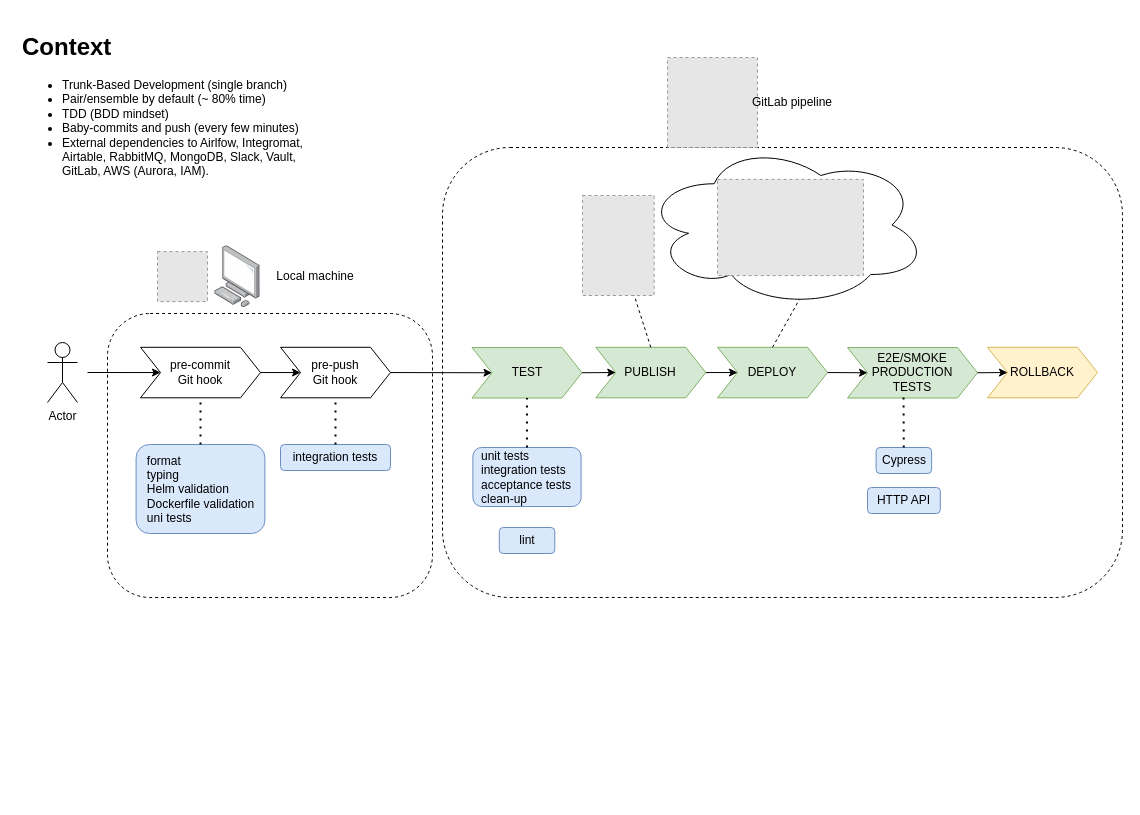
Above: page "Habitissimo" (2 of 2) of talk-master-urjc-continuous-deployment/Charla URJC Despliegue Continuo.drawio in islomar/my-notes (draw.io), before the change. Source tidied: cells renumbered, new cells numbered last; positions are measured from the earlier drawing's top-left corner, leaving out a move shared by most shapes. Both pictures are drawn from the tidied source at 100%, with x=0, y=0 at pixel (17, 27). Pictures stored in the file or linked from it are replaced by grey dashed boxes.
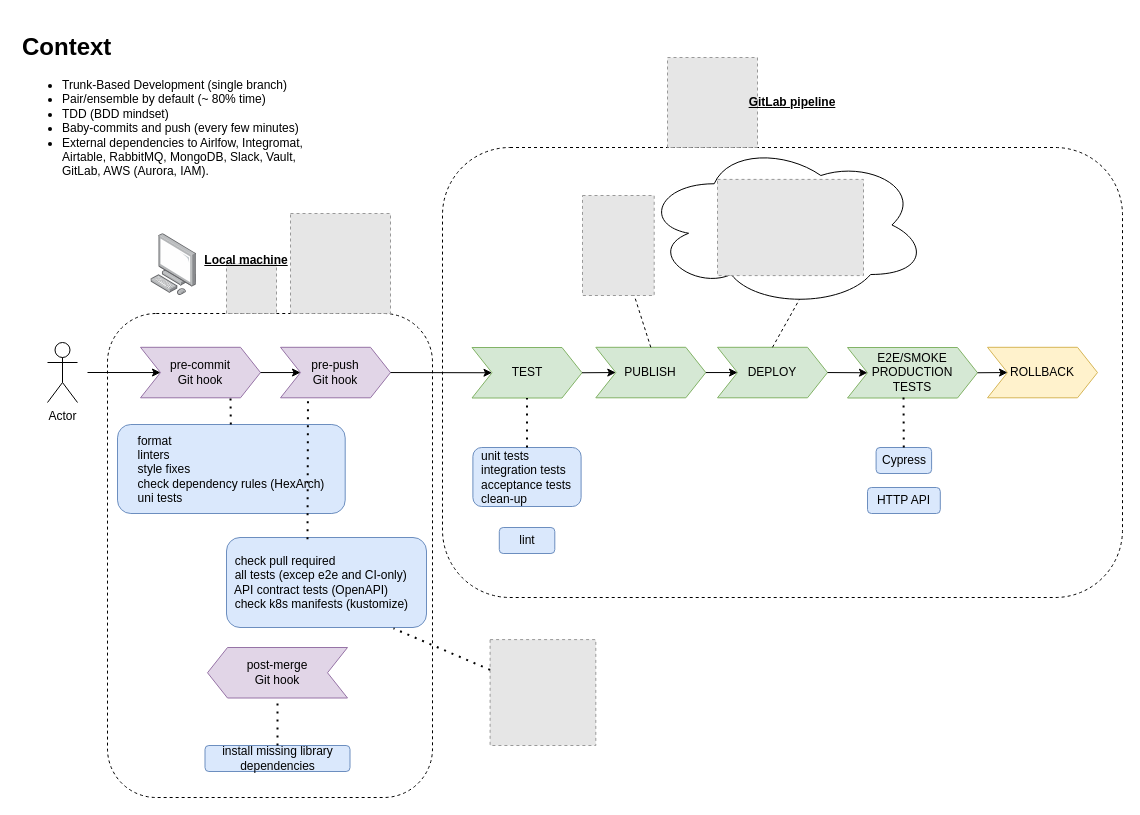
The same page after the edit.

Diff of the diagram source:
```diff
@@
+    <mxCell id="38" style="rounded=1;whiteSpace=wrap;html=1;dashed=1;fillColor=default;" parent="1" vertex="1">
+      <mxGeometry x="90" y="286" width="325" height="484" as="geometry" />
+    </mxCell>
@@
     <mxCell id="4" style="fillColor=#E6E6E6;strokeColor=#999999;dashed=1;verticalLabelPosition=bottom;labelBackgroundColor=default;verticalAlign=top;" parent="1" vertex="1">
-      <mxGeometry x="140" y="224.1" width="50" height="50" as="geometry" />
+      <mxGeometry x="209" y="236" width="50" height="50" as="geometry" />
     </mxCell>
     <mxCell id="5" style="html=1;align=center;shadow=0;dashed=0;image;image=img/lib/allied_telesis/computer_and_terminals/Personal_Computer.svg;" parent="1" vertex="1">
-      <mxGeometry x="197.2" y="218.2" width="45.6" height="61.8" as="geometry" />
+      <mxGeometry x="133.4" y="206.2" width="45.6" height="61.8" as="geometry" />
     </mxCell>
@@
-    <mxCell id="7" value="pre-commit&lt;br&gt;Git hook" style="shape=step;perimeter=stepPerimeter;whiteSpace=wrap;html=1;fixedSize=1;" parent="1" vertex="1">
+    <mxCell id="7" value="pre-commit&lt;br&gt;Git hook" style="shape=step;perimeter=stepPerimeter;whiteSpace=wrap;html=1;fixedSize=1;fillColor=#e1d5e7;strokeColor=#9673a6;" parent="1" vertex="1">
       <mxGeometry x="123" y="319.8" width="120" height="50.5" as="geometry" />
     </mxCell>
-    <mxCell id="8" value="GitLab pipeline" style="text;html=1;strokeColor=none;fillColor=none;align=center;verticalAlign=middle;whiteSpace=wrap;rounded=0;dashed=1;" parent="1" vertex="1">
+    <mxCell id="8" value="GitLab pipeline" style="text;html=1;strokeColor=none;fillColor=none;align=center;verticalAlign=middle;whiteSpace=wrap;rounded=0;dashed=1;fontStyle=5;" parent="1" vertex="1">
       <mxGeometry x="720" y="60" width="110" height="30" as="geometry" />
     </mxCell>
@@
-    <mxCell id="11" value="&lt;span style=&quot;&quot;&gt;pre-push&lt;/span&gt;&lt;br style=&quot;&quot;&gt;&lt;span style=&quot;&quot;&gt;Git hook&lt;/span&gt;" style="shape=step;perimeter=stepPerimeter;whiteSpace=wrap;html=1;fixedSize=1;" parent="1" vertex="1">
+    <mxCell id="11" value="&lt;span style=&quot;&quot;&gt;pre-push&lt;/span&gt;&lt;br style=&quot;&quot;&gt;&lt;span style=&quot;&quot;&gt;Git hook&lt;/span&gt;" style="shape=step;perimeter=stepPerimeter;whiteSpace=wrap;html=1;fixedSize=1;fillColor=#e1d5e7;strokeColor=#9673a6;" parent="1" vertex="1">
       <mxGeometry x="263" y="319.8" width="110" height="50.5" as="geometry" />
     </mxCell>
@@
-    <mxCell id="30" value="&lt;div style=&quot;text-align: left;&quot;&gt;&lt;span style=&quot;background-color: initial;&quot;&gt;format&lt;/span&gt;&lt;br&gt;&lt;span style=&quot;background-color: initial;&quot;&gt;typing&lt;/span&gt;&lt;br&gt;&lt;span style=&quot;background-color: initial;&quot;&gt;Helm validation&lt;/span&gt;&lt;br&gt;&lt;span style=&quot;background-color: initial;&quot;&gt;Dockerfile validation&lt;/span&gt;&lt;br&gt;&lt;span style=&quot;background-color: initial;&quot;&gt;uni tests&lt;/span&gt;&lt;br&gt;&lt;/div&gt;" style="rounded=1;whiteSpace=wrap;html=1;fillColor=#dae8fc;strokeColor=#6c8ebf;" parent="1" vertex="1">
-      <mxGeometry x="118.6" y="417" width="128.8" height="89" as="geometry" />
+    <mxCell id="30" value="&lt;div style=&quot;text-align: left;&quot;&gt;&lt;span style=&quot;background-color: initial;&quot;&gt;format&lt;/span&gt;&lt;br&gt;&lt;span style=&quot;background-color: initial;&quot;&gt;linters&lt;/span&gt;&lt;br&gt;&lt;span style=&quot;background-color: initial;&quot;&gt;style fixes&lt;/span&gt;&lt;br&gt;check dependency rules (HexArch)&lt;br&gt;&lt;span style=&quot;background-color: initial;&quot;&gt;uni tests&lt;/span&gt;&lt;br&gt;&lt;/div&gt;" style="rounded=1;whiteSpace=wrap;html=1;fillColor=#dae8fc;strokeColor=#6c8ebf;" parent="1" vertex="1">
+      <mxGeometry x="100" y="397" width="227.7" height="89" as="geometry" />
     </mxCell>
-    <mxCell id="31" value="integration tests" style="rounded=1;whiteSpace=wrap;html=1;fillColor=#dae8fc;strokeColor=#6c8ebf;" parent="1" vertex="1">
-      <mxGeometry x="263" y="417" width="110" height="26" as="geometry" />
+    <mxCell id="31" value="&lt;blockquote style=&quot;margin: 0 0 0 40px; border: none; padding: 0px;&quot;&gt;&lt;/blockquote&gt;&lt;span style=&quot;background-color: initial;&quot;&gt;&amp;nbsp; check pull required&lt;br&gt;&lt;/span&gt;&amp;nbsp; all tests (excep e2e and CI-only)&lt;br&gt;&lt;span style=&quot;background-color: initial;&quot;&gt;&amp;nbsp; API contract tests (OpenAPI)&lt;/span&gt;&lt;br&gt;&lt;span style=&quot;background-color: initial;&quot;&gt;&amp;nbsp; check k8s manifests (kustomize)&lt;/span&gt;&lt;br&gt;&lt;blockquote style=&quot;margin: 0 0 0 40px; border: none; padding: 0px;&quot;&gt;&lt;/blockquote&gt;" style="rounded=1;whiteSpace=wrap;html=1;fillColor=#dae8fc;strokeColor=#6c8ebf;align=left;" parent="1" vertex="1">
+      <mxGeometry x="209" y="510" width="200" height="90" as="geometry" />
     </mxCell>
-    <mxCell id="32" style="endArrow=none;dashed=1;html=1;dashPattern=1 3;strokeWidth=2;rounded=0;entryX=0.5;entryY=1;entryDx=0;entryDy=0;exitX=0.5;exitY=0;exitDx=0;exitDy=0;" parent="1" edge="1" source="31" target="11">
+    <mxCell id="32" style="endArrow=none;dashed=1;html=1;dashPattern=1 3;strokeWidth=2;rounded=0;entryX=0.25;entryY=1;entryDx=0;entryDy=0;exitX=0.405;exitY=0.02;exitDx=0;exitDy=0;exitPerimeter=0;" parent="1" edge="1" source="31" target="11">
       <mxGeometry relative="1" as="geometry" />
     </mxCell>
-    <mxCell id="33" style="endArrow=none;dashed=1;html=1;dashPattern=1 3;strokeWidth=2;rounded=0;entryX=0.5;entryY=1;entryDx=0;entryDy=0;" parent="1" edge="1" source="30" target="7">
+    <mxCell id="33" style="endArrow=none;dashed=1;html=1;dashPattern=1 3;strokeWidth=2;rounded=0;entryX=0.75;entryY=1;entryDx=0;entryDy=0;" parent="1" edge="1" source="30" target="7">
       <mxGeometry relative="1" as="geometry" />
     </mxCell>
@@
-    <mxCell id="38" style="rounded=1;whiteSpace=wrap;html=1;dashed=1;fillColor=none;" parent="1" vertex="1">
-      <mxGeometry x="90" y="286" width="325" height="284" as="geometry" />
-    </mxCell>
-    <mxCell id="39" value="Local machine" style="text;html=1;strokeColor=none;fillColor=none;align=center;verticalAlign=middle;whiteSpace=wrap;rounded=0;dashed=1;" parent="1" vertex="1">
-      <mxGeometry x="242.8" y="234.1" width="110" height="30" as="geometry" />
+    <mxCell id="39" value="Local machine" style="text;html=1;strokeColor=none;fillColor=none;align=center;verticalAlign=middle;whiteSpace=wrap;rounded=0;dashed=1;fontStyle=5;" parent="1" vertex="1">
+      <mxGeometry x="174" y="218.1" width="110" height="30" as="geometry" />
     </mxCell>
+    <mxCell id="40" value="post-merge&lt;br&gt;Git hook" style="shape=step;perimeter=stepPerimeter;whiteSpace=wrap;html=1;fixedSize=1;fillColor=#e1d5e7;strokeColor=#9673a6;flipH=1;" parent="1" vertex="1">
+      <mxGeometry x="190" y="620" width="140" height="50.5" as="geometry" />
+    </mxCell>
+    <mxCell id="41" value="install missing library dependencies" style="rounded=1;whiteSpace=wrap;html=1;fillColor=#dae8fc;strokeColor=#6c8ebf;" parent="1" vertex="1">
+      <mxGeometry x="187.5" y="718" width="145" height="26" as="geometry" />
+    </mxCell>
+    <mxCell id="42" style="endArrow=none;dashed=1;html=1;dashPattern=1 3;strokeWidth=2;rounded=0;exitX=0.5;exitY=0;exitDx=0;exitDy=0;entryX=0.5;entryY=1;entryDx=0;entryDy=0;" parent="1" edge="1" source="41" target="40">
+      <mxGeometry relative="1" as="geometry" />
+    </mxCell>
+    <mxCell id="43" style="fillColor=#E6E6E6;strokeColor=#999999;dashed=1;verticalLabelPosition=bottom;labelBackgroundColor=default;verticalAlign=top;" parent="1" vertex="1">
+      <mxGeometry x="472.6" y="612.1" width="105.7" height="105.9" as="geometry" />
+    </mxCell>
+    <mxCell id="44" style="endArrow=none;dashed=1;html=1;dashPattern=1 3;strokeWidth=2;rounded=0;entryX=0.835;entryY=1.01;entryDx=0;entryDy=0;entryPerimeter=0;" parent="1" edge="1" source="43" target="31">
+      <mxGeometry relative="1" as="geometry" />
+    </mxCell>
+    <mxCell id="45" style="fillColor=#E6E6E6;strokeColor=#999999;dashed=1;verticalLabelPosition=bottom;labelBackgroundColor=default;verticalAlign=top;" parent="1" vertex="1">
+      <mxGeometry x="273" y="186" width="100" height="100" as="geometry" />
+    </mxCell>
```
